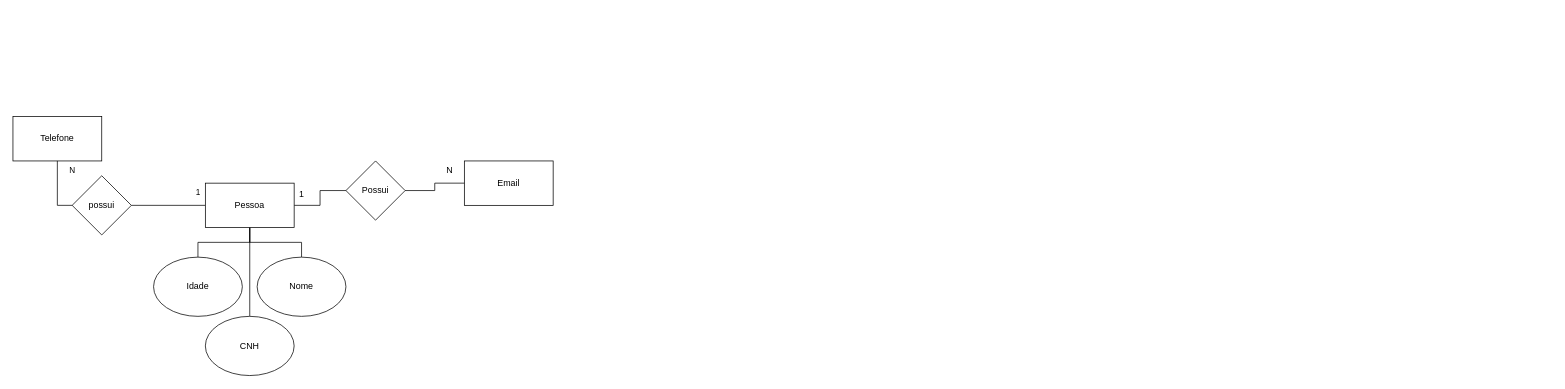
Earlier version of the draw.io diagram page "01" (2 of 7) of ex.drawio (gsampaiowz/senai_sem2). Source tidied: cells renumbered, new cells numbered last; positions are measured from the earlier drawing's top-left corner, leaving out a move shared by most shapes. Both pictures are drawn from the tidied source at 74%, with x=0, y=0 at pixel (13, 116).
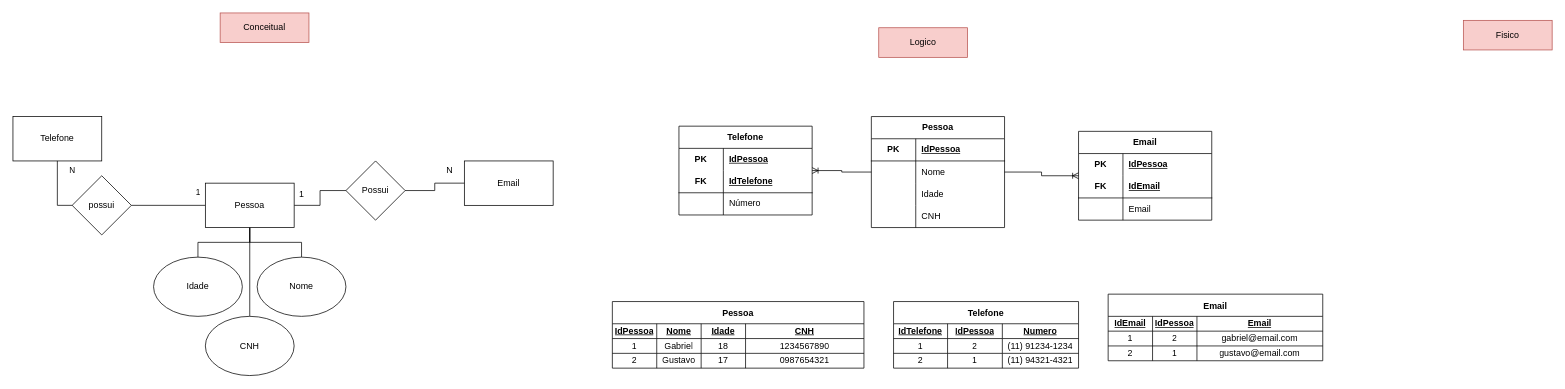
After the change.

The edit, as a diff of the source:
```diff
@@
+    <mxCell id="21" value="Conceitual" style="whiteSpace=wrap;html=1;fillColor=#f8cecc;strokeColor=#b85450;" parent="1" vertex="1">
+      <mxGeometry x="280" y="-140" width="120" height="40" as="geometry" />
+    </mxCell>
+    <mxCell id="22" value="Logico" style="whiteSpace=wrap;html=1;fillColor=#f8cecc;strokeColor=#b85450;" parent="1" vertex="1">
+      <mxGeometry x="1170" y="-120" width="120" height="40" as="geometry" />
+    </mxCell>
+    <mxCell id="23" style="edgeStyle=orthogonalEdgeStyle;rounded=0;jettySize=auto;html=1;endArrow=ERoneToMany;endFill=0;" parent="1" edge="1" source="25" target="38">
+      <mxGeometry relative="1" as="geometry" />
+    </mxCell>
+    <mxCell id="24" style="edgeStyle=orthogonalEdgeStyle;rounded=0;jettySize=auto;html=1;endArrow=ERoneToMany;endFill=0;" parent="1" edge="1" source="25" target="48">
+      <mxGeometry relative="1" as="geometry" />
+    </mxCell>
+    <mxCell id="25" value="Pessoa" style="shape=table;startSize=30;childLayout=tableLayout;rowLines=0;fontStyle=1;align=center;html=1;whiteSpace=wrap;" parent="1" vertex="1">
+      <mxGeometry x="1160" width="180" height="150" as="geometry" />
+    </mxCell>
+    <mxCell id="26" style="shape=tableRow;horizontal=0;startSize=0;swimlaneHead=0;swimlaneBody=0;fillColor=none;top=0;left=0;right=0;bottom=1;html=1;" parent="25" vertex="1">
+      <mxGeometry y="30" width="180" height="30" as="geometry" />
+    </mxCell>
+    <mxCell id="27" value="PK" style="shape=partialRectangle;fillColor=none;top=0;left=0;bottom=0;right=0;fontStyle=1;overflow=hidden;html=1;whiteSpace=wrap;" parent="26" vertex="1">
+      <mxGeometry width="60" height="30" as="geometry" />
+    </mxCell>
+    <mxCell id="28" value="IdPessoa" style="shape=partialRectangle;fillColor=none;top=0;left=0;bottom=0;right=0;align=left;spacingLeft=6;fontStyle=5;overflow=hidden;html=1;whiteSpace=wrap;" parent="26" vertex="1">
+      <mxGeometry x="60" width="120" height="30" as="geometry" />
+    </mxCell>
+    <mxCell id="29" style="shape=tableRow;horizontal=0;startSize=0;swimlaneHead=0;swimlaneBody=0;fillColor=none;top=0;left=0;right=0;bottom=0;html=1;" parent="25" vertex="1">
+      <mxGeometry y="60" width="180" height="30" as="geometry" />
+    </mxCell>
+    <mxCell id="30" style="shape=partialRectangle;fillColor=none;top=0;left=0;bottom=0;right=0;overflow=hidden;html=1;whiteSpace=wrap;" parent="29" vertex="1">
+      <mxGeometry width="60" height="30" as="geometry" />
+    </mxCell>
+    <mxCell id="31" value="Nome" style="shape=partialRectangle;fillColor=none;top=0;left=0;bottom=0;right=0;align=left;spacingLeft=6;overflow=hidden;html=1;whiteSpace=wrap;" parent="29" vertex="1">
+      <mxGeometry x="60" width="120" height="30" as="geometry" />
+    </mxCell>
+    <mxCell id="32" style="shape=tableRow;horizontal=0;startSize=0;swimlaneHead=0;swimlaneBody=0;fillColor=none;top=0;left=0;right=0;bottom=0;html=1;" parent="25" vertex="1">
+      <mxGeometry y="90" width="180" height="30" as="geometry" />
+    </mxCell>
+    <mxCell id="33" style="shape=partialRectangle;fillColor=none;top=0;left=0;bottom=0;right=0;overflow=hidden;html=1;whiteSpace=wrap;" parent="32" vertex="1">
+      <mxGeometry width="60" height="30" as="geometry" />
+    </mxCell>
+    <mxCell id="34" value="Idade" style="shape=partialRectangle;fillColor=none;top=0;left=0;bottom=0;right=0;align=left;spacingLeft=6;overflow=hidden;html=1;whiteSpace=wrap;" parent="32" vertex="1">
+      <mxGeometry x="60" width="120" height="30" as="geometry" />
+    </mxCell>
+    <mxCell id="35" style="shape=tableRow;horizontal=0;startSize=0;swimlaneHead=0;swimlaneBody=0;fillColor=none;top=0;left=0;right=0;bottom=0;html=1;" parent="25" vertex="1">
+      <mxGeometry y="120" width="180" height="30" as="geometry" />
+    </mxCell>
+    <mxCell id="36" style="shape=partialRectangle;fillColor=none;top=0;left=0;bottom=0;right=0;overflow=hidden;html=1;whiteSpace=wrap;" parent="35" vertex="1">
+      <mxGeometry width="60" height="30" as="geometry" />
+    </mxCell>
+    <mxCell id="37" value="CNH" style="shape=partialRectangle;fillColor=none;top=0;left=0;bottom=0;right=0;align=left;spacingLeft=6;overflow=hidden;html=1;whiteSpace=wrap;" parent="35" vertex="1">
+      <mxGeometry x="60" width="120" height="30" as="geometry" />
+    </mxCell>
+    <mxCell id="38" value="Telefone" style="shape=table;startSize=30;childLayout=tableLayout;rowLines=0;fontStyle=1;align=center;html=1;whiteSpace=wrap;strokeColor=default;columnLines=1;top=1;bottom=1;" parent="1" vertex="1">
+      <mxGeometry x="900" y="13" width="180" height="120" as="geometry" />
+    </mxCell>
+    <mxCell id="39" style="shape=tableRow;horizontal=0;startSize=0;swimlaneHead=0;swimlaneBody=0;fillColor=none;top=0;left=0;right=0;bottom=0;html=1;swimlaneLine=0;strokeColor=inherit;" parent="38" vertex="1">
+      <mxGeometry y="30" width="180" height="30" as="geometry" />
+    </mxCell>
+    <mxCell id="40" value="PK" style="shape=partialRectangle;fillColor=none;top=0;left=0;bottom=0;right=0;fontStyle=1;overflow=hidden;html=1;whiteSpace=wrap;" parent="39" vertex="1">
+      <mxGeometry width="60" height="30" as="geometry" />
+    </mxCell>
+    <mxCell id="41" value="IdPessoa" style="shape=partialRectangle;fillColor=none;top=0;left=0;bottom=0;right=0;align=left;spacingLeft=6;fontStyle=5;overflow=hidden;html=1;whiteSpace=wrap;strokeColor=inherit;" parent="39" vertex="1">
+      <mxGeometry x="60" width="120" height="30" as="geometry" />
+    </mxCell>
+    <mxCell id="42" style="shape=tableRow;horizontal=0;startSize=0;swimlaneHead=0;swimlaneBody=0;fillColor=none;top=0;left=0;right=0;bottom=1;html=1;strokeColor=inherit;swimlaneLine=0;" parent="38" vertex="1">
+      <mxGeometry y="60" width="180" height="30" as="geometry" />
+    </mxCell>
+    <mxCell id="43" value="FK" style="shape=partialRectangle;fillColor=none;top=0;left=0;bottom=0;right=0;fontStyle=1;overflow=hidden;html=1;whiteSpace=wrap;" parent="42" vertex="1">
+      <mxGeometry width="60" height="30" as="geometry" />
+    </mxCell>
+    <mxCell id="44" value="IdTelefone" style="shape=partialRectangle;fillColor=none;top=0;left=0;bottom=0;right=0;align=left;spacingLeft=6;fontStyle=5;overflow=hidden;html=1;whiteSpace=wrap;" parent="42" vertex="1">
+      <mxGeometry x="60" width="120" height="30" as="geometry" />
+    </mxCell>
+    <mxCell id="45" style="shape=tableRow;horizontal=0;startSize=0;swimlaneHead=0;swimlaneBody=0;fillColor=none;top=0;left=0;right=0;bottom=0;html=1;" parent="38" vertex="1">
+      <mxGeometry y="90" width="180" height="30" as="geometry" />
+    </mxCell>
+    <mxCell id="46" style="shape=partialRectangle;fillColor=none;top=0;left=0;bottom=0;right=0;overflow=hidden;html=1;whiteSpace=wrap;" parent="45" vertex="1">
+      <mxGeometry width="60" height="30" as="geometry" />
+    </mxCell>
+    <mxCell id="47" value="Número" style="shape=partialRectangle;fillColor=none;top=0;left=0;bottom=0;right=0;align=left;spacingLeft=6;overflow=hidden;html=1;whiteSpace=wrap;" parent="45" vertex="1">
+      <mxGeometry x="60" width="120" height="30" as="geometry" />
+    </mxCell>
+    <mxCell id="48" value="Email" style="shape=table;startSize=30;childLayout=tableLayout;rowLines=0;fontStyle=1;align=center;html=1;whiteSpace=wrap;strokeColor=default;columnLines=1;top=1;bottom=1;" parent="1" vertex="1">
+      <mxGeometry x="1440" y="20" width="180" height="120" as="geometry" />
+    </mxCell>
+    <mxCell id="49" style="shape=tableRow;horizontal=0;startSize=0;swimlaneHead=0;swimlaneBody=0;fillColor=none;top=0;left=0;right=0;bottom=0;html=1;swimlaneLine=0;strokeColor=inherit;" parent="48" vertex="1">
+      <mxGeometry y="30" width="180" height="30" as="geometry" />
+    </mxCell>
+    <mxCell id="50" value="PK" style="shape=partialRectangle;fillColor=none;top=0;left=0;bottom=0;right=0;fontStyle=1;overflow=hidden;html=1;whiteSpace=wrap;" parent="49" vertex="1">
+      <mxGeometry width="60" height="30" as="geometry" />
+    </mxCell>
+    <mxCell id="51" value="IdPessoa" style="shape=partialRectangle;fillColor=none;top=0;left=0;bottom=0;right=0;align=left;spacingLeft=6;fontStyle=5;overflow=hidden;html=1;whiteSpace=wrap;strokeColor=inherit;" parent="49" vertex="1">
+      <mxGeometry x="60" width="120" height="30" as="geometry" />
+    </mxCell>
+    <mxCell id="52" style="shape=tableRow;horizontal=0;startSize=0;swimlaneHead=0;swimlaneBody=0;fillColor=none;top=0;left=0;right=0;bottom=1;html=1;strokeColor=inherit;swimlaneLine=0;" parent="48" vertex="1">
+      <mxGeometry y="60" width="180" height="30" as="geometry" />
+    </mxCell>
+    <mxCell id="53" value="FK" style="shape=partialRectangle;fillColor=none;top=0;left=0;bottom=0;right=0;fontStyle=1;overflow=hidden;html=1;whiteSpace=wrap;" parent="52" vertex="1">
+      <mxGeometry width="60" height="30" as="geometry" />
+    </mxCell>
+    <mxCell id="54" value="IdEmail" style="shape=partialRectangle;fillColor=none;top=0;left=0;bottom=0;right=0;align=left;spacingLeft=6;fontStyle=5;overflow=hidden;html=1;whiteSpace=wrap;" parent="52" vertex="1">
+      <mxGeometry x="60" width="120" height="30" as="geometry" />
+    </mxCell>
+    <mxCell id="55" style="shape=tableRow;horizontal=0;startSize=0;swimlaneHead=0;swimlaneBody=0;fillColor=none;top=0;left=0;right=0;bottom=0;html=1;" parent="48" vertex="1">
+      <mxGeometry y="90" width="180" height="30" as="geometry" />
+    </mxCell>
+    <mxCell id="56" style="shape=partialRectangle;fillColor=none;top=0;left=0;bottom=0;right=0;overflow=hidden;html=1;whiteSpace=wrap;" parent="55" vertex="1">
+      <mxGeometry width="60" height="30" as="geometry" />
+    </mxCell>
+    <mxCell id="57" value="Email" style="shape=partialRectangle;fillColor=none;top=0;left=0;bottom=0;right=0;align=left;spacingLeft=6;overflow=hidden;html=1;whiteSpace=wrap;" parent="55" vertex="1">
+      <mxGeometry x="60" width="120" height="30" as="geometry" />
+    </mxCell>
+    <mxCell id="58" value="Fisico" style="whiteSpace=wrap;html=1;fillColor=#f8cecc;strokeColor=#b85450;" parent="1" vertex="1">
+      <mxGeometry x="1960" y="-130" width="120" height="40" as="geometry" />
+    </mxCell>
+    <mxCell id="59" value="Pessoa" style="shape=table;startSize=30;childLayout=tableLayout;fontStyle=1;" parent="1" vertex="1">
+      <mxGeometry x="810" y="250" width="340" height="90" as="geometry" />
+    </mxCell>
+    <mxCell id="60" style="shape=tableRow;horizontal=0;startSize=0;swimlaneHead=0;swimlaneBody=0;strokeColor=inherit;top=0;left=0;bottom=0;right=0;fillColor=none;" parent="59" vertex="1">
+      <mxGeometry y="30" width="340" height="20" as="geometry" />
+    </mxCell>
+    <mxCell id="61" value="IdPessoa" style="shape=partialRectangle;html=1;whiteSpace=wrap;strokeColor=inherit;overflow=hidden;fillColor=none;top=0;left=0;bottom=0;right=0;fontStyle=5;" parent="60" vertex="1">
+      <mxGeometry width="60" height="20" as="geometry" />
+    </mxCell>
+    <mxCell id="62" value="Nome" style="shape=partialRectangle;html=1;whiteSpace=wrap;strokeColor=inherit;overflow=hidden;fillColor=none;top=0;left=0;bottom=0;right=0;fontStyle=5;" parent="60" vertex="1">
+      <mxGeometry x="60" width="60" height="20" as="geometry" />
+    </mxCell>
+    <mxCell id="63" value="Idade" style="shape=partialRectangle;html=1;whiteSpace=wrap;strokeColor=inherit;overflow=hidden;fillColor=none;top=0;left=0;bottom=0;right=0;fontStyle=5;" parent="60" vertex="1">
+      <mxGeometry x="120" width="60" height="20" as="geometry" />
+    </mxCell>
+    <mxCell id="64" value="CNH" style="shape=partialRectangle;html=1;whiteSpace=wrap;strokeColor=inherit;overflow=hidden;fillColor=none;top=0;left=0;bottom=0;right=0;fontStyle=5;" parent="60" vertex="1">
+      <mxGeometry x="180" width="160" height="20" as="geometry" />
+    </mxCell>
+    <mxCell id="65" style="shape=tableRow;horizontal=0;startSize=0;swimlaneHead=0;swimlaneBody=0;strokeColor=inherit;top=0;left=0;bottom=0;right=0;fillColor=none;" parent="59" vertex="1">
+      <mxGeometry y="50" width="340" height="20" as="geometry" />
+    </mxCell>
+    <mxCell id="66" value="1" style="shape=partialRectangle;html=1;whiteSpace=wrap;strokeColor=inherit;overflow=hidden;fillColor=none;top=0;left=0;bottom=0;right=0;" parent="65" vertex="1">
+      <mxGeometry width="60" height="20" as="geometry" />
+    </mxCell>
+    <mxCell id="67" value="Gabriel" style="shape=partialRectangle;html=1;whiteSpace=wrap;strokeColor=inherit;overflow=hidden;fillColor=none;top=0;left=0;bottom=0;right=0;" parent="65" vertex="1">
+      <mxGeometry x="60" width="60" height="20" as="geometry" />
+    </mxCell>
+    <mxCell id="68" value="18" style="shape=partialRectangle;html=1;whiteSpace=wrap;strokeColor=inherit;overflow=hidden;fillColor=none;top=0;left=0;bottom=0;right=0;" parent="65" vertex="1">
+      <mxGeometry x="120" width="60" height="20" as="geometry" />
+    </mxCell>
+    <mxCell id="69" value="1234567890" style="shape=partialRectangle;html=1;whiteSpace=wrap;strokeColor=inherit;overflow=hidden;fillColor=none;top=0;left=0;bottom=0;right=0;" parent="65" vertex="1">
+      <mxGeometry x="180" width="160" height="20" as="geometry" />
+    </mxCell>
+    <mxCell id="70" style="shape=tableRow;horizontal=0;startSize=0;swimlaneHead=0;swimlaneBody=0;strokeColor=inherit;top=0;left=0;bottom=0;right=0;fillColor=none;" parent="59" vertex="1">
+      <mxGeometry y="70" width="340" height="20" as="geometry" />
+    </mxCell>
+    <mxCell id="71" value="2" style="shape=partialRectangle;html=1;whiteSpace=wrap;strokeColor=inherit;overflow=hidden;fillColor=none;top=0;left=0;bottom=0;right=0;" parent="70" vertex="1">
+      <mxGeometry width="60" height="20" as="geometry" />
+    </mxCell>
+    <mxCell id="72" value="Gustavo" style="shape=partialRectangle;html=1;whiteSpace=wrap;strokeColor=inherit;overflow=hidden;fillColor=none;top=0;left=0;bottom=0;right=0;" parent="70" vertex="1">
+      <mxGeometry x="60" width="60" height="20" as="geometry" />
+    </mxCell>
+    <mxCell id="73" value="17" style="shape=partialRectangle;html=1;whiteSpace=wrap;strokeColor=inherit;overflow=hidden;fillColor=none;top=0;left=0;bottom=0;right=0;" parent="70" vertex="1">
+      <mxGeometry x="120" width="60" height="20" as="geometry" />
+    </mxCell>
+    <mxCell id="74" value="0987654321" style="shape=partialRectangle;html=1;whiteSpace=wrap;strokeColor=inherit;overflow=hidden;fillColor=none;top=0;left=0;bottom=0;right=0;" parent="70" vertex="1">
+      <mxGeometry x="180" width="160" height="20" as="geometry" />
+    </mxCell>
+    <mxCell id="75" value="Telefone" style="shape=table;startSize=30;childLayout=tableLayout;fontStyle=1;" parent="1" vertex="1">
+      <mxGeometry x="1190" y="250" width="250" height="90" as="geometry" />
+    </mxCell>
+    <mxCell id="76" style="shape=tableRow;horizontal=0;startSize=0;swimlaneHead=0;swimlaneBody=0;strokeColor=inherit;top=0;left=0;bottom=0;right=0;fillColor=none;" parent="75" vertex="1">
+      <mxGeometry y="30" width="250" height="20" as="geometry" />
+    </mxCell>
+    <mxCell id="77" value="IdTelefone" style="shape=partialRectangle;html=1;whiteSpace=wrap;strokeColor=inherit;overflow=hidden;fillColor=none;top=0;left=0;bottom=0;right=0;fontStyle=5;" parent="76" vertex="1">
+      <mxGeometry width="73" height="20" as="geometry" />
+    </mxCell>
+    <mxCell id="78" value="IdPessoa" style="shape=partialRectangle;html=1;whiteSpace=wrap;strokeColor=inherit;overflow=hidden;fillColor=none;top=0;left=0;bottom=0;right=0;fontStyle=5;" parent="76" vertex="1">
+      <mxGeometry x="73" width="74" height="20" as="geometry" />
+    </mxCell>
+    <mxCell id="79" value="Numero" style="shape=partialRectangle;html=1;whiteSpace=wrap;strokeColor=inherit;overflow=hidden;fillColor=none;top=0;left=0;bottom=0;right=0;fontStyle=5;" parent="76" vertex="1">
+      <mxGeometry x="147" width="103" height="20" as="geometry" />
+    </mxCell>
+    <mxCell id="80" style="shape=tableRow;horizontal=0;startSize=0;swimlaneHead=0;swimlaneBody=0;strokeColor=inherit;top=0;left=0;bottom=0;right=0;fillColor=none;" parent="75" vertex="1">
+      <mxGeometry y="50" width="250" height="20" as="geometry" />
+    </mxCell>
+    <mxCell id="81" value="1" style="shape=partialRectangle;html=1;whiteSpace=wrap;strokeColor=inherit;overflow=hidden;fillColor=none;top=0;left=0;bottom=0;right=0;" parent="80" vertex="1">
+      <mxGeometry width="73" height="20" as="geometry" />
+    </mxCell>
+    <mxCell id="82" value="2" style="shape=partialRectangle;html=1;whiteSpace=wrap;strokeColor=inherit;overflow=hidden;fillColor=none;top=0;left=0;bottom=0;right=0;" parent="80" vertex="1">
+      <mxGeometry x="73" width="74" height="20" as="geometry" />
+    </mxCell>
+    <mxCell id="83" value="(11) 91234-1234" style="shape=partialRectangle;html=1;whiteSpace=wrap;strokeColor=inherit;overflow=hidden;fillColor=none;top=0;left=0;bottom=0;right=0;" parent="80" vertex="1">
+      <mxGeometry x="147" width="103" height="20" as="geometry" />
+    </mxCell>
+    <mxCell id="84" style="shape=tableRow;horizontal=0;startSize=0;swimlaneHead=0;swimlaneBody=0;strokeColor=inherit;top=0;left=0;bottom=0;right=0;fillColor=none;" parent="75" vertex="1">
+      <mxGeometry y="70" width="250" height="20" as="geometry" />
+    </mxCell>
+    <mxCell id="85" value="2" style="shape=partialRectangle;html=1;whiteSpace=wrap;strokeColor=inherit;overflow=hidden;fillColor=none;top=0;left=0;bottom=0;right=0;" parent="84" vertex="1">
+      <mxGeometry width="73" height="20" as="geometry" />
+    </mxCell>
+    <mxCell id="86" value="1" style="shape=partialRectangle;html=1;whiteSpace=wrap;strokeColor=inherit;overflow=hidden;fillColor=none;top=0;left=0;bottom=0;right=0;" parent="84" vertex="1">
+      <mxGeometry x="73" width="74" height="20" as="geometry" />
+    </mxCell>
+    <mxCell id="87" value="(11) 94321-4321" style="shape=partialRectangle;html=1;whiteSpace=wrap;strokeColor=inherit;overflow=hidden;fillColor=none;top=0;left=0;bottom=0;right=0;" parent="84" vertex="1">
+      <mxGeometry x="147" width="103" height="20" as="geometry" />
+    </mxCell>
+    <mxCell id="88" value="Email" style="shape=table;startSize=30;childLayout=tableLayout;fontStyle=1;" parent="1" vertex="1">
+      <mxGeometry x="1480" y="240" width="290" height="90" as="geometry" />
+    </mxCell>
+    <mxCell id="89" style="shape=tableRow;horizontal=0;startSize=0;swimlaneHead=0;swimlaneBody=0;strokeColor=inherit;top=0;left=0;bottom=0;right=0;fillColor=none;" parent="88" vertex="1">
+      <mxGeometry y="30" width="290" height="20" as="geometry" />
+    </mxCell>
+    <mxCell id="90" value="IdEmail" style="shape=partialRectangle;html=1;whiteSpace=wrap;strokeColor=inherit;overflow=hidden;fillColor=none;top=0;left=0;bottom=0;right=0;fontStyle=5;" parent="89" vertex="1">
+      <mxGeometry width="60" height="20" as="geometry" />
+    </mxCell>
+    <mxCell id="91" value="IdPessoa" style="shape=partialRectangle;html=1;whiteSpace=wrap;strokeColor=inherit;overflow=hidden;fillColor=none;top=0;left=0;bottom=0;right=0;fontStyle=5;" parent="89" vertex="1">
+      <mxGeometry x="60" width="60" height="20" as="geometry" />
+    </mxCell>
+    <mxCell id="92" value="Email" style="shape=partialRectangle;html=1;whiteSpace=wrap;strokeColor=inherit;overflow=hidden;fillColor=none;top=0;left=0;bottom=0;right=0;fontStyle=5;" parent="89" vertex="1">
+      <mxGeometry x="120" width="170" height="20" as="geometry" />
+    </mxCell>
+    <mxCell id="93" style="shape=tableRow;horizontal=0;startSize=0;swimlaneHead=0;swimlaneBody=0;strokeColor=inherit;top=0;left=0;bottom=0;right=0;fillColor=none;" parent="88" vertex="1">
+      <mxGeometry y="50" width="290" height="20" as="geometry" />
+    </mxCell>
+    <mxCell id="94" value="1" style="shape=partialRectangle;html=1;whiteSpace=wrap;strokeColor=inherit;overflow=hidden;fillColor=none;top=0;left=0;bottom=0;right=0;" parent="93" vertex="1">
+      <mxGeometry width="60" height="20" as="geometry" />
+    </mxCell>
+    <mxCell id="95" value="2" style="shape=partialRectangle;html=1;whiteSpace=wrap;strokeColor=inherit;overflow=hidden;fillColor=none;top=0;left=0;bottom=0;right=0;" parent="93" vertex="1">
+      <mxGeometry x="60" width="60" height="20" as="geometry" />
+    </mxCell>
+    <mxCell id="96" value="gabriel@email.com" style="shape=partialRectangle;html=1;whiteSpace=wrap;strokeColor=inherit;overflow=hidden;fillColor=none;top=0;left=0;bottom=0;right=0;" parent="93" vertex="1">
+      <mxGeometry x="120" width="170" height="20" as="geometry" />
+    </mxCell>
+    <mxCell id="97" style="shape=tableRow;horizontal=0;startSize=0;swimlaneHead=0;swimlaneBody=0;strokeColor=inherit;top=0;left=0;bottom=0;right=0;fillColor=none;" parent="88" vertex="1">
+      <mxGeometry y="70" width="290" height="20" as="geometry" />
+    </mxCell>
+    <mxCell id="98" value="2" style="shape=partialRectangle;html=1;whiteSpace=wrap;strokeColor=inherit;overflow=hidden;fillColor=none;top=0;left=0;bottom=0;right=0;" parent="97" vertex="1">
+      <mxGeometry width="60" height="20" as="geometry" />
+    </mxCell>
+    <mxCell id="99" value="1" style="shape=partialRectangle;html=1;whiteSpace=wrap;strokeColor=inherit;overflow=hidden;fillColor=none;top=0;left=0;bottom=0;right=0;" parent="97" vertex="1">
+      <mxGeometry x="60" width="60" height="20" as="geometry" />
+    </mxCell>
+    <mxCell id="100" value="gustavo@email.com" style="shape=partialRectangle;html=1;whiteSpace=wrap;strokeColor=inherit;overflow=hidden;fillColor=none;top=0;left=0;bottom=0;right=0;" parent="97" vertex="1">
+      <mxGeometry x="120" width="170" height="20" as="geometry" />
+    </mxCell>
```
